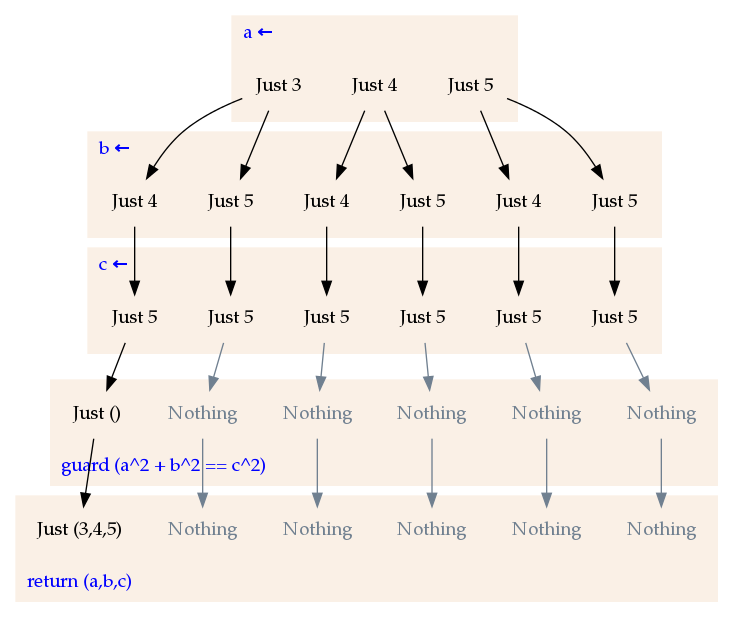
Before: static/img/entries/monad-plus/triplesunder.png, a diagram exported from Graphviz (mstksg/inCode). Its source is kept beside it as work/monad-plus/triplesunder.dot. The source it was exported from:
```dot
digraph {
    node [shape=none, color=white, fontname="palatino"] ;
    graph [fontname="palatino"] ;


    labeljust="l";
    constraint=false;

    subgraph cluster0 {
        label="a ←" ;
        fontcolor=blue ;
        style=filled ;
        color=linen ;
        a3  [label="Just 5"] ;
        a2  [label="Just 4"] ;
        a1  [label="Just 3"] ;
    }

    subgraph cluster1 {
        label="b ←" ;
        fontcolor=blue;
        style=filled ;
        color=linen ;
        b32 [label="Just 5"] ;
        b31 [label="Just 4"] ;
        b22 [label="Just 5"] ;
        b21 [label="Just 4"] ;
        b12 [label="Just 5"] ;
        b11 [label="Just 4"] ;
    }

    subgraph cluster2 {
        label="c ←" ;
        fontcolor=blue;
        style=filled;
        color=linen;
        c32 [label="Just 5"] ;
        c31 [label="Just 5"] ;
        c22 [label="Just 5"] ;
        c21 [label="Just 5"] ;
        c12 [label="Just 5"] ;
        c11 [label="Just 5"] ;
    }

    subgraph cluster3 {
        label="guard (a^2 + b^2 == c^2)" ;
        labelloc=b;
        fontcolor=blue;
        style=filled;
        color=linen;
        g22 [label="Nothing",fontcolor=slategray] ;
        g21 [label="Nothing",fontcolor=slategray] ;
        g32 [label="Nothing",fontcolor=slategray] ;
        g31 [label="Nothing",fontcolor=slategray] ;
        g12 [label="Nothing",fontcolor=slategray] ;
        g11 [label="Just ()"] ;
    }

    subgraph cluster4 {
        label="return (a,b,c)" ;
        labelloc=b;
        fontcolor=blue;
        style=filled;
        color=linen;
        r22 [label="Nothing",fontcolor=slategray] ;
        r21 [label="Nothing",fontcolor=slategray] ;
        r32 [label="Nothing",fontcolor=slategray] ;
        r31 [label="Nothing",fontcolor=slategray] ;
        r12 [label="Nothing",fontcolor=slategray] ;
        r11 [label="Just (3,4,5)"] ;
    }


    /* subgraph cluster4 { */
    /*     label="return f" ; */
    /*     labelloc=b; */
    /*     fontcolor=blue; */
    /*     style=filled; */
    /*     color=linen; */
    /*     r7 [label="Nothing",fontcolor=slategray] ; */
    /*     r6 [label="Just ((+1).(^3))"] ; */
    /*     r5 [label="Nothing",fontcolor=slategray] ; */
    /*     r4 [label="Nothing",fontcolor=slategray] ; */
    /*     r3 [label="Nothing",fontcolor=slategray] ; */
    /*     r2 [label="Just (*3)"] ; */
    /*     r1 [label="Nothing",fontcolor=slategray] ; */
    /* } */

    a1 -> b11 -> c11 ;
    a1 -> b12 -> c12 ;
    a2 -> b21 -> c21 ;
    a2 -> b22 -> c22 ;
    a3 -> b31 -> c31 ;
    a3 -> b32 -> c32 ;

    c11 -> g11 -> r11;
    c12 -> g12 -> r12 [color=slategray] ;
    c21 -> g21 -> r21 [color=slategray] ;
    c22 -> g22 -> r22 [color=slategray] ;
    c31 -> g31 -> r31 [color=slategray] ;
    c32 -> g32 -> r32 [color=slategray] ;

    /* n  -> f1 ; */
    /* n  -> f2 ; */
    /* n  -> f3 ; */
    /* n  -> f4 ; */
    /* n  -> f5 ; */
    /* n  -> f6 ; */
    /* n  -> f7 ; */

    /* f1 -> z1 ; */
    /* f2 -> z2 ; */
    /* f3 -> z3 ; */
    /* f4 -> z4 ; */
    /* f5 -> z5 ; */
    /* f6 -> z6 ; */
    /* f7 -> z7 ; */

    /* z1 -> g1 [color=slategray]; */
    /* z2 -> g2 ; */
    /* z3 -> g3 [color=slategray]; */
    /* z4 -> g4 [color=slategray]; */
    /* z5 -> g5 [color=slategray]; */
    /* z6 -> g6 ; */
    /* z7 -> g7 [color=slategray]; */

    /* g1 -> r1 [color=slategray]; */
    /* g2 -> r2 ; */
    /* g3 -> r3 [color=slategray]; */
    /* g4 -> r4 [color=slategray]; */
    /* g5 -> r5 [color=slategray]; */
    /* g6 -> r6 ; */
    /* g7 -> r7 [color=slategray]; */

}
```
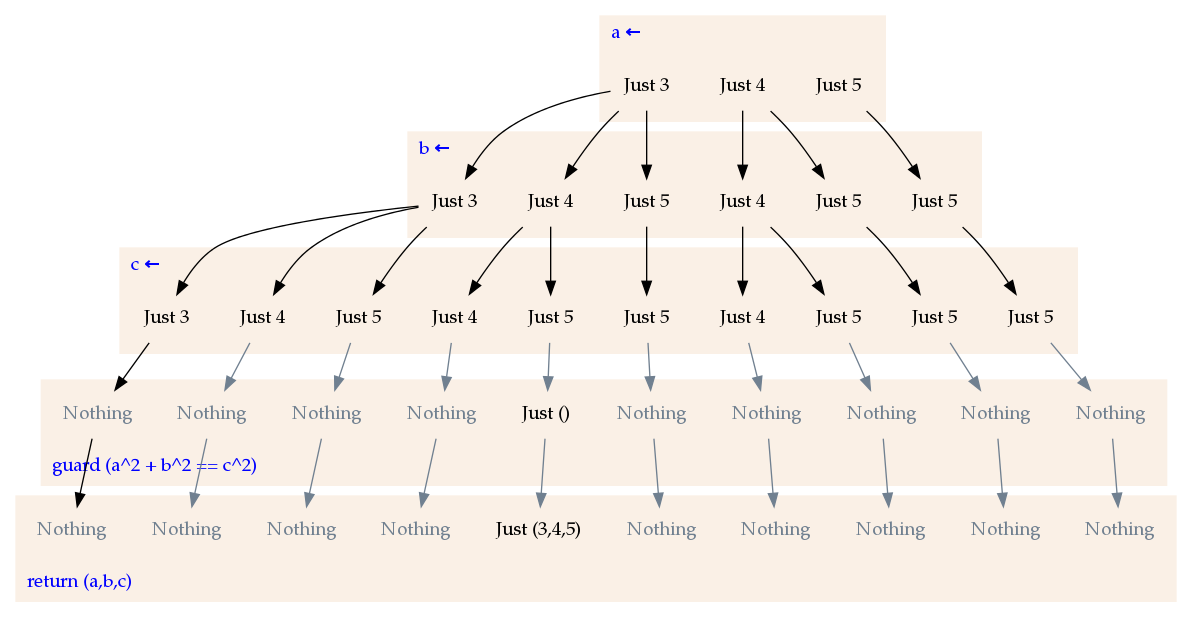
The same diagram one commit later.

What changed in the source:
```diff
@@ -21,12 +21,12 @@
         fontcolor=blue;
         style=filled ;
         color=linen ;
-        b32 [label="Just 5"] ;
-        b31 [label="Just 4"] ;
+        b31 [label="Just 5"] ;
         b22 [label="Just 5"] ;
         b21 [label="Just 4"] ;
-        b12 [label="Just 5"] ;
-        b11 [label="Just 4"] ;
+        b13 [label="Just 5"] ;
+        b12 [label="Just 4"] ;
+        b11 [label="Just 3"] ;
     }
 
     subgraph cluster2 {
@@ -34,12 +34,16 @@
         fontcolor=blue;
         style=filled;
         color=linen;
-        c32 [label="Just 5"] ;
-        c31 [label="Just 5"] ;
-        c22 [label="Just 5"] ;
-        c21 [label="Just 5"] ;
-        c12 [label="Just 5"] ;
-        c11 [label="Just 5"] ;
+        c311[label="Just 5"] ;
+        c221[label="Just 5"] ;
+        c212[label="Just 5"] ;
+        c211[label="Just 4"] ;
+        c131[label="Just 5"] ;
+        c122[label="Just 5"] ;
+        c121[label="Just 4"] ;
+        c113[label="Just 5"] ;
+        c112[label="Just 4"] ;
+        c111[label="Just 3"] ;
     }
 
     subgraph cluster3 {
@@ -48,12 +52,16 @@
         fontcolor=blue;
         style=filled;
         color=linen;
-        g22 [label="Nothing",fontcolor=slategray] ;
-        g21 [label="Nothing",fontcolor=slategray] ;
-        g32 [label="Nothing",fontcolor=slategray] ;
-        g31 [label="Nothing",fontcolor=slategray] ;
-        g12 [label="Nothing",fontcolor=slategray] ;
-        g11 [label="Just ()"] ;
+        g311[label="Nothing",fontcolor=slategray] ;
+        g221[label="Nothing",fontcolor=slategray] ;
+        g212[label="Nothing",fontcolor=slategray] ;
+        g211[label="Nothing",fontcolor=slategray] ;
+        g131[label="Nothing",fontcolor=slategray] ;
+        g122[label="Just ()"] ;
+        g121[label="Nothing",fontcolor=slategray] ;
+        g113[label="Nothing",fontcolor=slategray] ;
+        g112[label="Nothing",fontcolor=slategray] ;
+        g111[label="Nothing",fontcolor=slategray] ;
     }
 
     subgraph cluster4 {
@@ -62,12 +70,16 @@
         fontcolor=blue;
         style=filled;
         color=linen;
-        r22 [label="Nothing",fontcolor=slategray] ;
-        r21 [label="Nothing",fontcolor=slategray] ;
-        r32 [label="Nothing",fontcolor=slategray] ;
-        r31 [label="Nothing",fontcolor=slategray] ;
-        r12 [label="Nothing",fontcolor=slategray] ;
-        r11 [label="Just (3,4,5)"] ;
+        r311[label="Nothing",fontcolor=slategray] ;
+        r221[label="Nothing",fontcolor=slategray] ;
+        r212[label="Nothing",fontcolor=slategray] ;
+        r211[label="Nothing",fontcolor=slategray] ;
+        r131[label="Nothing",fontcolor=slategray] ;
+        r122[label="Just (3,4,5)"] ;
+        r121[label="Nothing",fontcolor=slategray] ;
+        r113[label="Nothing",fontcolor=slategray] ;
+        r112[label="Nothing",fontcolor=slategray] ;
+        r111[label="Nothing",fontcolor=slategray] ;
     }
 
 
@@ -86,19 +98,41 @@
     /*     r1 [label="Nothing",fontcolor=slategray] ; */
     /* } */
 
-    a1 -> b11 -> c11 ;
-    a1 -> b12 -> c12 ;
-    a2 -> b21 -> c21 ;
-    a2 -> b22 -> c22 ;
-    a3 -> b31 -> c31 ;
-    a3 -> b32 -> c32 ;
+    a1 -> b11 -> c111 ;
+          b11 -> c112 ;
+          b11 -> c113 ;
+    a1 -> b12 -> c121 ;
+          b12 -> c122 ;
+    a1 -> b13 -> c131 ;
+    a2 -> b21 -> c211 ;
+          b21 -> c212 ;
+    a2 -> b22 -> c221 ;
+    a3 -> b31 -> c311 ;
 
-    c11 -> g11 -> r11;
-    c12 -> g12 -> r12 [color=slategray] ;
-    c21 -> g21 -> r21 [color=slategray] ;
-    c22 -> g22 -> r22 [color=slategray] ;
-    c31 -> g31 -> r31 [color=slategray] ;
-    c32 -> g32 -> r32 [color=slategray] ;
+    c111 -> g111 -> r111 ;
+    c112 -> g112 -> r112 [color=slategray] ;
+    c113 -> g113 -> r113 [color=slategray] ;
+    c121 -> g121 -> r121 [color=slategray] ;
+    c122 -> g122 -> r122 [color=slategray] ;
+    c131 -> g131 -> r131 [color=slategray] ;
+    c211 -> g211 -> r211 [color=slategray] ;
+    c212 -> g212 -> r212 [color=slategray] ;
+    c221 -> g221 -> r221 [color=slategray] ;
+    c311 -> g311 -> r311 [color=slategray] ;
+
+    /* a1 -> b11 -> c11 ; */
+    /* a1 -> b12 -> c12 ; */
+    /* a2 -> b21 -> c21 ; */
+    /* a2 -> b22 -> c22 ; */
+    /* a3 -> b31 -> c31 ; */
+    /* a3 -> b32 -> c32 ; */
+
+    /* c11 -> g11 -> r11; */
+    /* c12 -> g12 -> r12 [color=slategray] ; */
+    /* c21 -> g21 -> r21 [color=slategray] ; */
+    /* c22 -> g22 -> r22 [color=slategray] ; */
+    /* c31 -> g31 -> r31 [color=slategray] ; */
+    /* c32 -> g32 -> r32 [color=slategray] ; */
 
     /* n  -> f1 ; */
     /* n  -> f2 ; */
```
